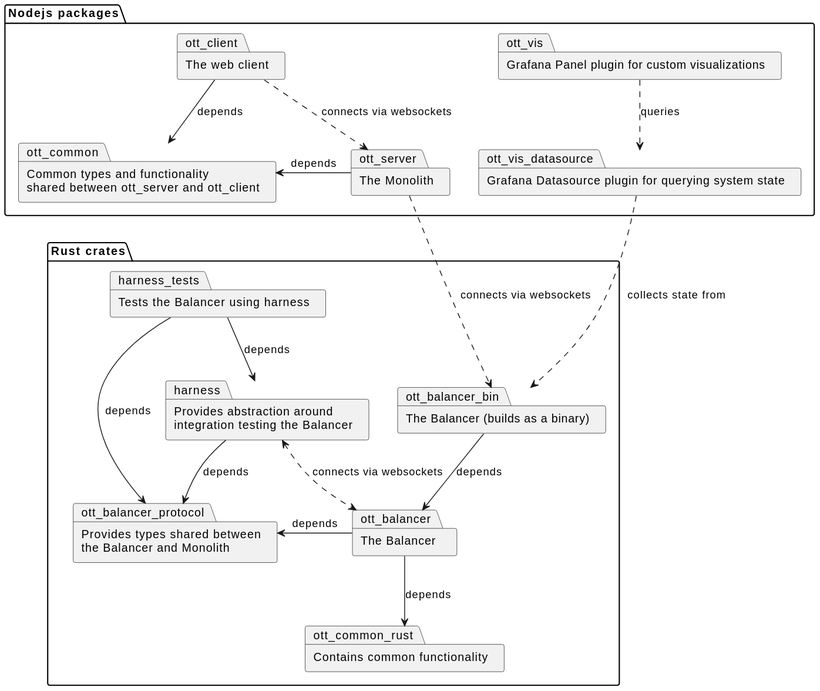
This is figures/full-package-diagram.svg from dyc3/senior-design, a PlantUML export, as it was before one commit.
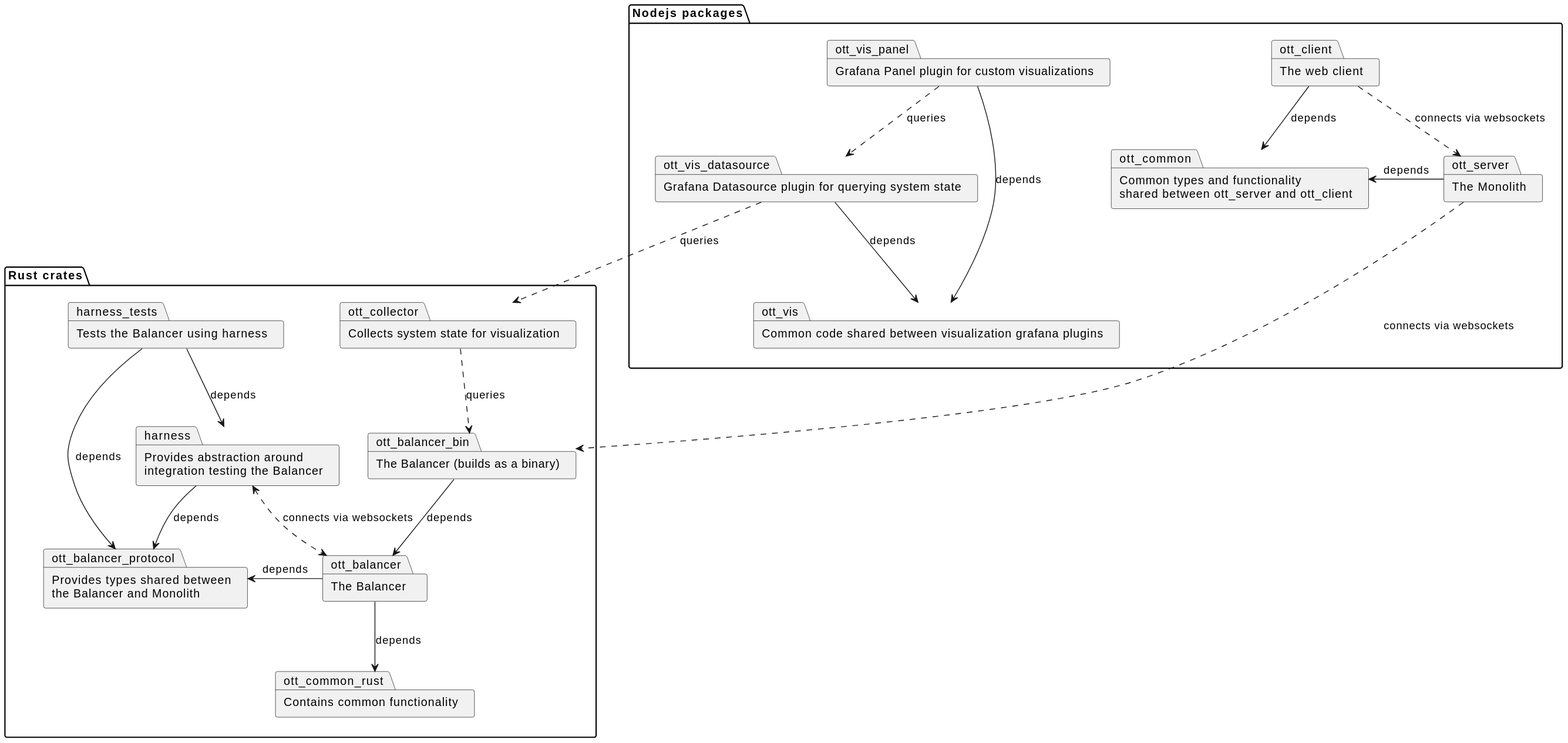
Above is the later version.

Commit message:
update `@Figure::full-package-diagram` (#303)

What changed in the source:
```diff
@@ -20,6 +20,9 @@
   package harness_tests [
     Tests the Balancer using harness
   ]
+  package ott_collector [
+    Collects system state for visualization
+  ]
 }
 
 folder "Nodejs packages" {
@@ -38,6 +41,10 @@
   ]
 
   package ott_vis [
+    Common code shared between visualization grafana plugins
+  ]
+
+  package ott_vis_panel [
     Grafana Panel plugin for custom visualizations
   ]
 
@@ -59,6 +66,11 @@
 ott_server -> ott_common : depends
 ott_client --> ott_common : depends
 
-ott_vis ..> ott_vis_datasource : queries
-ott_vis_datasource ..> ott_balancer_bin : collects state from
+ott_vis_panel --> ott_vis : depends
+ott_vis_datasource --> ott_vis : depends
+ott_vis_panel ..> ott_vis_datasource : queries
+ott_vis_datasource ..> ott_collector : queries
+ott_collector ..> ott_balancer_bin : queries
+
+"Nodejs packages" -[hidden]d- "Rust crates"
 @enduml
```
